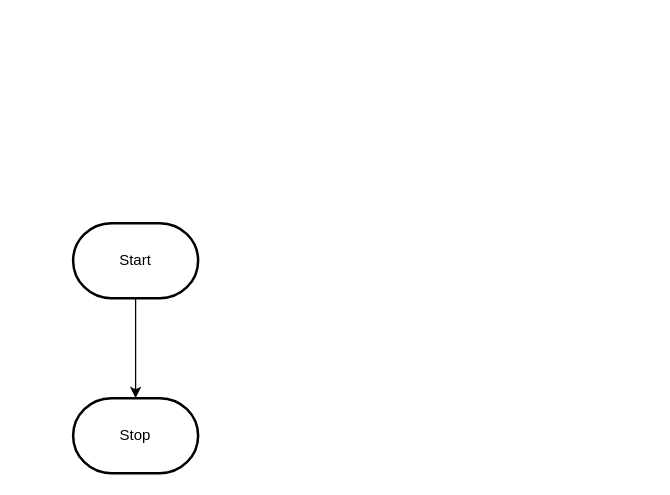
Above: design/flowchart.drawio in MTHS-ICS2O-2-2022/ICS2O-Unit-3-04-alyssia-fung (draw.io), before the change. Source tidied: cells renumbered, new cells numbered last; positions are measured from the earlier drawing's top-left corner, leaving out a move shared by most shapes. Both pictures are drawn from the tidied source at 125%, with x=0, y=0 at pixel (72, 222).
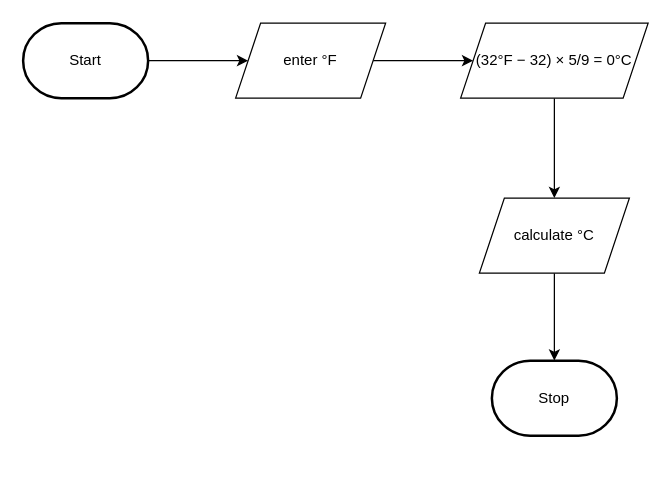
The same page after the edit.

Diff of the diagram source:
```diff
@@
 <mxGraphModel>
   <root>
     <mxCell id="0" />
     <mxCell id="1" parent="0" />
-    <mxCell id="2" style="edgeStyle=orthogonalEdgeStyle;html=1;rounded=0;" parent="1" edge="1" source="3" target="4">
-      <mxGeometry relative="1" as="geometry" />
-    </mxCell>
+    <mxCell id="5" style="edgeStyle=orthogonalEdgeStyle;html=1;rounded=0;" parent="1" edge="1" source="3" target="2">
+      <mxGeometry relative="1" as="geometry" />
+    </mxCell>
     <mxCell id="3" value="Start" style="strokeWidth=2;html=1;shape=mxgraph.flowchart.terminator;whiteSpace=wrap;" parent="1" vertex="1">
-      <mxGeometry width="100" height="60" as="geometry" />
+      <mxGeometry x="-40" y="-160" width="100" height="60" as="geometry" />
     </mxCell>
     <mxCell id="4" value="Stop" style="strokeWidth=2;html=1;shape=mxgraph.flowchart.terminator;whiteSpace=wrap;" parent="1" vertex="1">
-      <mxGeometry y="140" width="100" height="60" as="geometry" />
+      <mxGeometry x="335" y="110" width="100" height="60" as="geometry" />
     </mxCell>
+    <mxCell id="6" style="edgeStyle=orthogonalEdgeStyle;rounded=0;html=1;" parent="1" edge="1" source="2" target="8">
+      <mxGeometry relative="1" as="geometry" />
+    </mxCell>
+    <mxCell id="2" value="enter&amp;nbsp;°F" style="shape=parallelogram;perimeter=parallelogramPerimeter;whiteSpace=wrap;html=1;fixedSize=1;" parent="1" vertex="1">
+      <mxGeometry x="130" y="-160" width="120" height="60" as="geometry" />
+    </mxCell>
+    <mxCell id="7" style="edgeStyle=orthogonalEdgeStyle;rounded=0;html=1;" parent="1" edge="1" source="8" target="10">
+      <mxGeometry relative="1" as="geometry" />
+    </mxCell>
+    <mxCell id="8" value="(32°F − 32) × 5/9 = 0°C" style="shape=parallelogram;perimeter=parallelogramPerimeter;whiteSpace=wrap;html=1;fixedSize=1;" parent="1" vertex="1">
+      <mxGeometry x="310" y="-160" width="150" height="60" as="geometry" />
+    </mxCell>
+    <mxCell id="9" style="edgeStyle=orthogonalEdgeStyle;rounded=0;html=1;entryX=0.5;entryY=0;entryDx=0;entryDy=0;entryPerimeter=0;" parent="1" edge="1" source="10" target="4">
+      <mxGeometry relative="1" as="geometry" />
+    </mxCell>
+    <mxCell id="10" value="calculate&amp;nbsp;°C" style="shape=parallelogram;perimeter=parallelogramPerimeter;whiteSpace=wrap;html=1;fixedSize=1;" parent="1" vertex="1">
+      <mxGeometry x="325" y="-20" width="120" height="60" as="geometry" />
+    </mxCell>
   </root>
 </mxGraphModel>
```
